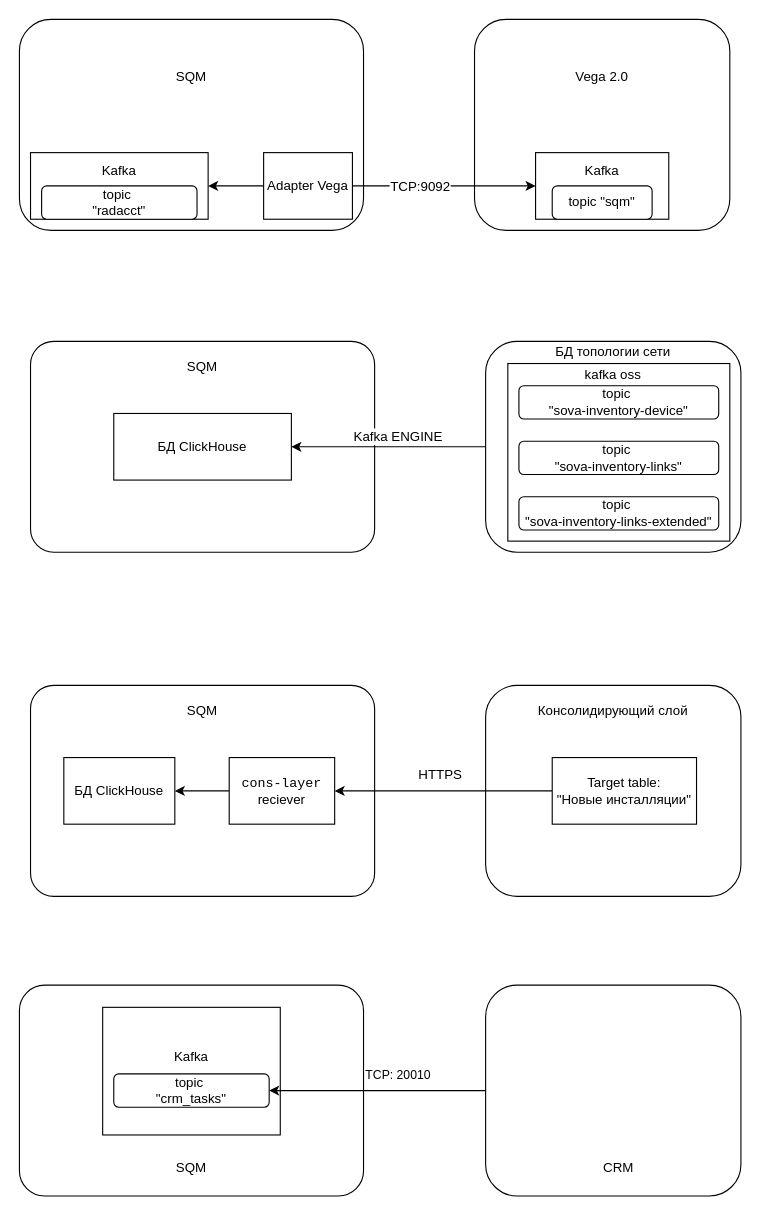
Above: vega.drawio in qqmax7/test (draw.io), before the change. Source tidied: cells renumbered, new cells numbered last; positions are measured from the earlier drawing's top-left corner, leaving out a move shared by most shapes. Both pictures are drawn from the tidied source at 111%, with x=0, y=0 at pixel (19, 19).
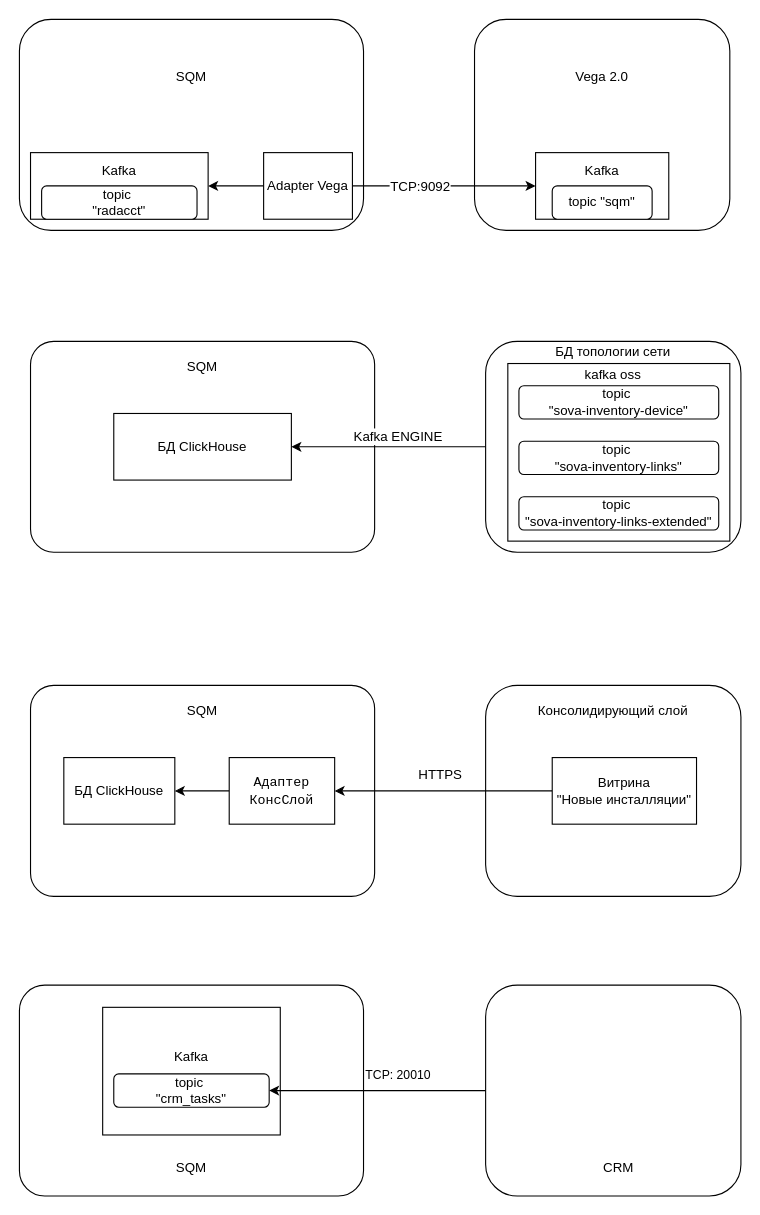
Above is the later version.

Change to the diagram source:
```diff
@@
-    <mxCell id="27" value="&lt;div&gt;&lt;code&gt;cons-layer&lt;/code&gt;&lt;/div&gt;&lt;div&gt;reciever&lt;/div&gt;" style="rounded=0;whiteSpace=wrap;html=1;align=center;shadow=0;imageVerticalAlign=top;imageAspect=0;imageAlign=center;overflow=visible;" parent="1" vertex="1">
+    <mxCell id="27" value="&lt;code&gt;Адаптер КонсСлой&lt;br&gt;&lt;/code&gt;" style="rounded=0;whiteSpace=wrap;html=1;align=center;shadow=0;imageVerticalAlign=top;imageAspect=0;imageAlign=center;overflow=visible;" parent="1" vertex="1">
       <mxGeometry x="189" y="665" width="95" height="60" as="geometry" />
     </mxCell>
@@
-    <mxCell id="32" value="&lt;div&gt;Target table:&lt;br&gt;&lt;/div&gt;&lt;div&gt;&quot;Новые инсталляции&quot;&lt;br&gt;&lt;/div&gt;" style="rounded=0;whiteSpace=wrap;html=1;" parent="1" vertex="1">
+    <mxCell id="32" value="&lt;div&gt;Витрина&lt;br&gt;&lt;/div&gt;&lt;div&gt;&quot;Новые инсталляции&quot;&lt;br&gt;&lt;/div&gt;" style="rounded=0;whiteSpace=wrap;html=1;" parent="1" vertex="1">
       <mxGeometry x="480" y="665" width="130" height="60" as="geometry" />
     </mxCell>
```
